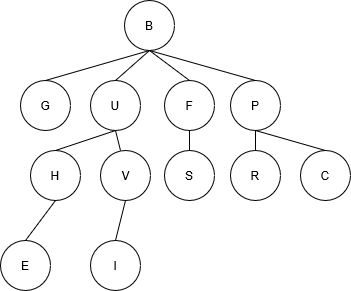
Above: bfs dfs.png in shadow17t/diagram (draw.io), before the change. Source tidied: cells renumbered, new cells last; positions are measured from the earlier drawing's top-left corner, leaving out a move shared by most shapes.
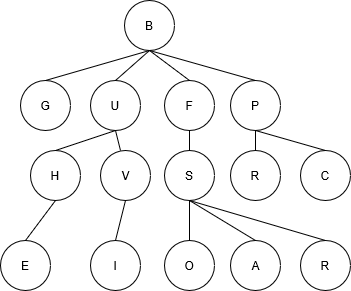
Above is the later version.

Change to the diagram source:
```diff
@@ -79,5 +79,25 @@
     <mxCell id="24" style="endArrow=none;html=1;entryX=0.5;entryY=1;entryDx=0;entryDy=0;exitX=0.5;exitY=0;exitDx=0;exitDy=0;" parent="1" edge="1" source="23" target="11">
       <mxGeometry relative="1" as="geometry" />
     </mxCell>
+    <mxCell id="25" value="O" style="ellipse;whiteSpace=wrap;html=1;" parent="1" vertex="1">
+      <mxGeometry x="164" y="240" width="50" height="50" as="geometry" />
+    </mxCell>
+    <mxCell id="26" value="A" style="ellipse;whiteSpace=wrap;html=1;" parent="1" vertex="1">
+      <mxGeometry x="230" y="240" width="50" height="50" as="geometry" />
+    </mxCell>
+    <mxCell id="27" value="R" style="ellipse;whiteSpace=wrap;html=1;" parent="1" vertex="1">
+      <mxGeometry x="300" y="240" width="50" height="50" as="geometry" />
+    </mxCell>
+    <mxCell id="28" style="endArrow=none;html=1;entryX=0.5;entryY=1;entryDx=0;entryDy=0;exitX=0.5;exitY=0;exitDx=0;exitDy=0;" parent="1" edge="1" source="25" target="15">
+      <mxGeometry relative="1" as="geometry" />
+    </mxCell>
+    <mxCell id="29" style="endArrow=none;html=1;entryX=0.5;entryY=1;entryDx=0;entryDy=0;exitX=0.5;exitY=0;exitDx=0;exitDy=0;" parent="1" edge="1" source="26">
+      <mxGeometry relative="1" as="geometry">
+        <mxPoint x="189" y="200" as="targetPoint" />
+      </mxGeometry>
+    </mxCell>
+    <mxCell id="30" style="endArrow=none;html=1;entryX=0.5;entryY=1;entryDx=0;entryDy=0;exitX=0.5;exitY=0;exitDx=0;exitDy=0;" parent="1" edge="1" source="27" target="15">
+      <mxGeometry relative="1" as="geometry" />
+    </mxCell>
   </root>
 </mxGraphModel>
```
